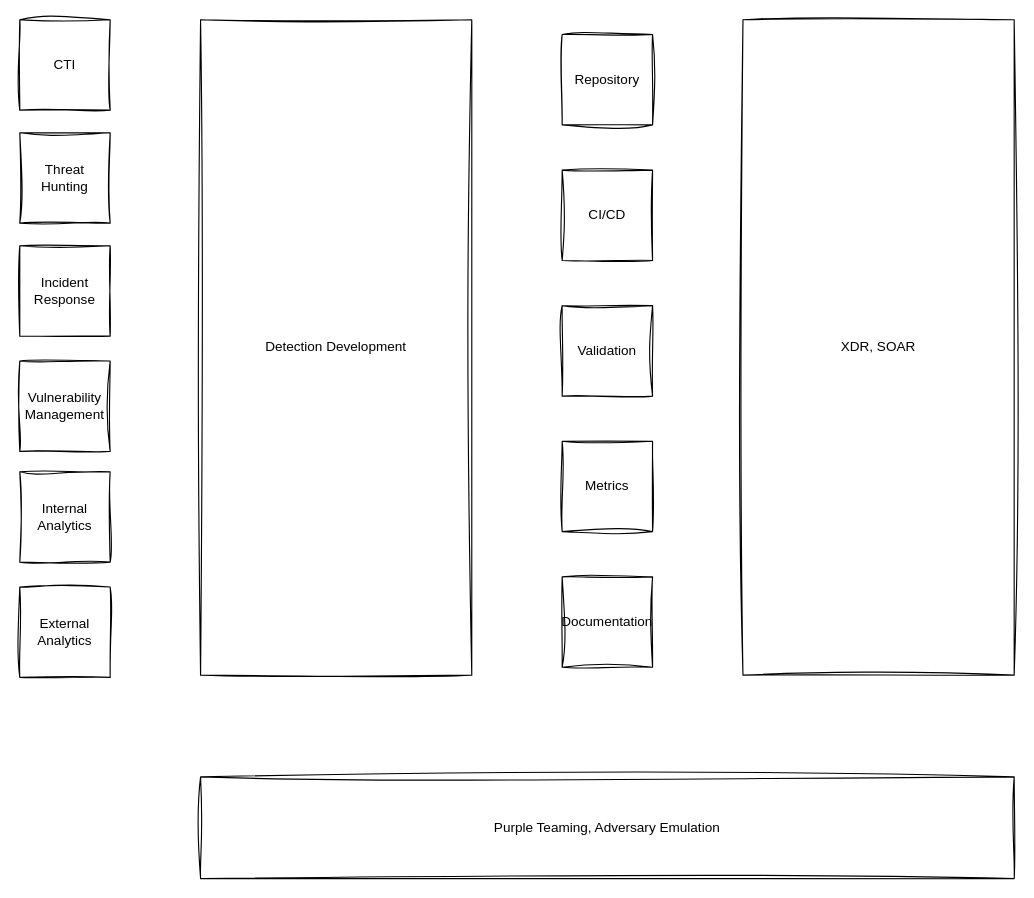
This is resources/Detection Engineering/material/detection_enginering_big_picture.drawio from gitrsi/cyberops.zone, a draw.io file, before an edit. Source tidied: cells renumbered, new cells numbered last; positions are measured from the earlier drawing's top-left corner, leaving out a move shared by most shapes. Both pictures are drawn from the tidied source at 113%, with x=0, y=0 at pixel (19, 19).
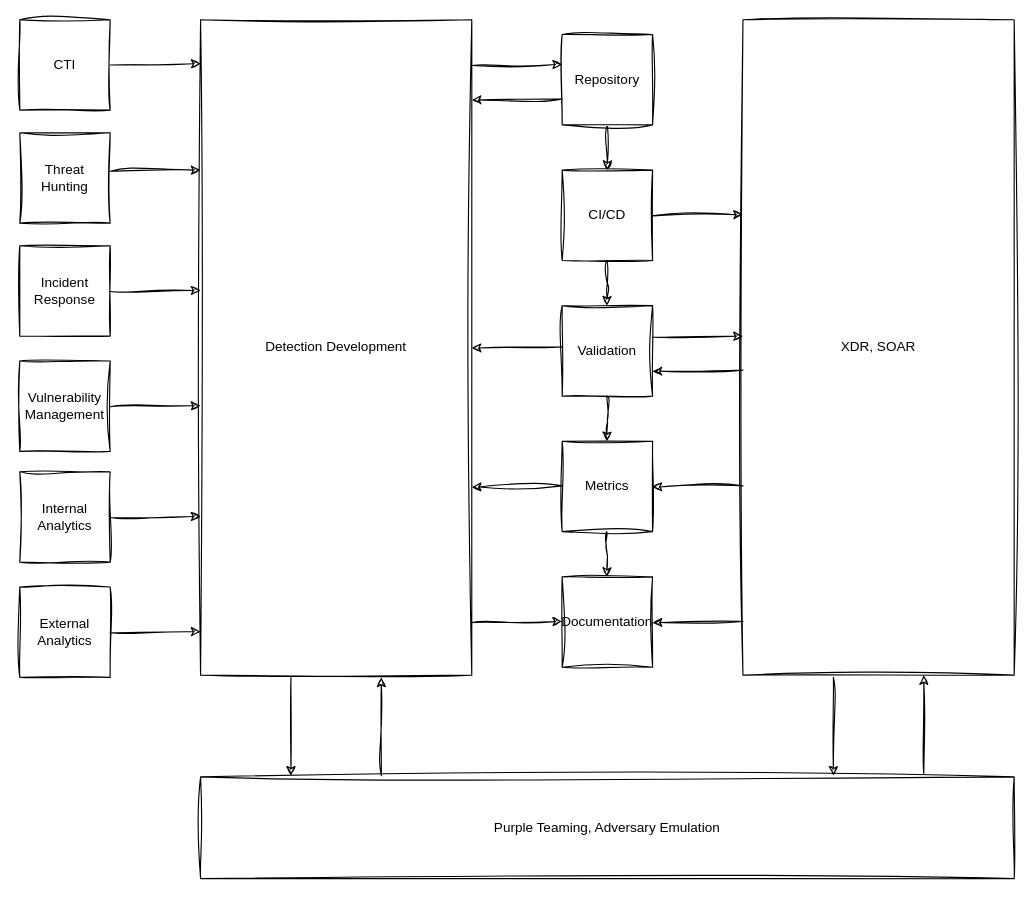
Above is the later version.

The change refers to these unchanged cells:
```xml
<mxCell id="8" value="Detection Development" style="rounded=0;whiteSpace=wrap;html=1;sketch=1;curveFitting=1;jiggle=2;" parent="1" vertex="1">
  <mxGeometry x="160" width="240" height="580" as="geometry" />
</mxCell>
<mxCell id="9" value="Repository" style="whiteSpace=wrap;html=1;sketch=1;curveFitting=1;jiggle=2;" parent="1" vertex="1">
  <mxGeometry x="480" y="13" width="80" height="80" as="geometry" />
</mxCell>
<mxCell id="10" value="CI/CD" style="whiteSpace=wrap;html=1;sketch=1;curveFitting=1;jiggle=2;" parent="1" vertex="1">
  <mxGeometry x="480" y="133" width="80" height="80" as="geometry" />
</mxCell>
```

The edit, as a diff of the source:
```diff
@@
+    <mxCell id="16" style="edgeStyle=orthogonalEdgeStyle;rounded=0;jettySize=auto;html=1;exitX=0.5;exitY=1;exitDx=0;exitDy=0;entryX=0.5;entryY=0;entryDx=0;entryDy=0;sketch=1;curveFitting=1;jiggle=2;" parent="1" edge="1" source="9" target="10">
+      <mxGeometry relative="1" as="geometry" />
+    </mxCell>
@@
+    <mxCell id="17" style="endArrow=classic;html=1;rounded=0;entryX=0;entryY=0.067;entryDx=0;entryDy=0;entryPerimeter=0;sketch=1;curveFitting=1;jiggle=2;" parent="1" edge="1" target="8">
+      <mxGeometry relative="1" as="geometry">
+        <mxPoint x="80" y="40" as="sourcePoint" />
+      </mxGeometry>
+    </mxCell>
+    <mxCell id="18" style="endArrow=classic;html=1;rounded=0;entryX=0;entryY=0.067;entryDx=0;entryDy=0;entryPerimeter=0;sketch=1;curveFitting=1;jiggle=2;" parent="1" edge="1">
+      <mxGeometry relative="1" as="geometry">
+        <mxPoint x="80" y="134" as="sourcePoint" />
+        <mxPoint x="160" y="133" as="targetPoint" />
+      </mxGeometry>
+    </mxCell>
+    <mxCell id="19" style="endArrow=classic;html=1;rounded=0;entryX=0;entryY=0.067;entryDx=0;entryDy=0;entryPerimeter=0;sketch=1;curveFitting=1;jiggle=2;" parent="1" edge="1">
+      <mxGeometry relative="1" as="geometry">
+        <mxPoint x="80" y="240.5" as="sourcePoint" />
+        <mxPoint x="160" y="239.5" as="targetPoint" />
+      </mxGeometry>
+    </mxCell>
+    <mxCell id="20" style="endArrow=classic;html=1;rounded=0;entryX=0;entryY=0.067;entryDx=0;entryDy=0;entryPerimeter=0;sketch=1;curveFitting=1;jiggle=2;" parent="1" edge="1">
+      <mxGeometry relative="1" as="geometry">
+        <mxPoint x="80" y="342.5" as="sourcePoint" />
+        <mxPoint x="160" y="341.5" as="targetPoint" />
+      </mxGeometry>
+    </mxCell>
+    <mxCell id="21" style="endArrow=classic;html=1;rounded=0;entryX=0;entryY=0.067;entryDx=0;entryDy=0;entryPerimeter=0;sketch=1;curveFitting=1;jiggle=2;" parent="1" edge="1">
+      <mxGeometry relative="1" as="geometry">
+        <mxPoint x="80" y="440.5" as="sourcePoint" />
+        <mxPoint x="160" y="439.5" as="targetPoint" />
+      </mxGeometry>
+    </mxCell>
+    <mxCell id="22" style="endArrow=classic;html=1;rounded=0;entryX=0;entryY=0.067;entryDx=0;entryDy=0;entryPerimeter=0;sketch=1;curveFitting=1;jiggle=2;" parent="1" edge="1">
+      <mxGeometry relative="1" as="geometry">
+        <mxPoint x="80" y="542.5" as="sourcePoint" />
+        <mxPoint x="160" y="541.5" as="targetPoint" />
+      </mxGeometry>
+    </mxCell>
+    <mxCell id="23" style="endArrow=classic;html=1;rounded=0;entryX=0;entryY=0.067;entryDx=0;entryDy=0;entryPerimeter=0;sketch=1;curveFitting=1;jiggle=2;" parent="1" edge="1">
+      <mxGeometry relative="1" as="geometry">
+        <mxPoint x="560" y="173.5" as="sourcePoint" />
+        <mxPoint x="640" y="172.5" as="targetPoint" />
+      </mxGeometry>
+    </mxCell>
+    <mxCell id="24" style="endArrow=classic;html=1;rounded=0;entryX=0;entryY=0.067;entryDx=0;entryDy=0;entryPerimeter=0;sketch=1;curveFitting=1;jiggle=2;" parent="1" edge="1">
+      <mxGeometry relative="1" as="geometry">
+        <mxPoint x="400" y="40.5" as="sourcePoint" />
+        <mxPoint x="480" y="39.5" as="targetPoint" />
+      </mxGeometry>
+    </mxCell>
+    <mxCell id="25" style="endArrow=classic;html=1;rounded=0;entryX=0;entryY=0.067;entryDx=0;entryDy=0;entryPerimeter=0;sketch=1;curveFitting=1;jiggle=2;" parent="1" edge="1">
+      <mxGeometry relative="1" as="geometry">
+        <mxPoint x="480" y="70" as="sourcePoint" />
+        <mxPoint x="400" y="71" as="targetPoint" />
+      </mxGeometry>
+    </mxCell>
+    <mxCell id="26" style="endArrow=classic;html=1;rounded=0;entryX=0;entryY=0.067;entryDx=0;entryDy=0;entryPerimeter=0;sketch=1;curveFitting=1;jiggle=2;" parent="1" edge="1">
+      <mxGeometry relative="1" as="geometry">
+        <mxPoint x="480" y="289.5" as="sourcePoint" />
+        <mxPoint x="400" y="290.5" as="targetPoint" />
+      </mxGeometry>
+    </mxCell>
+    <mxCell id="27" style="endArrow=classic;html=1;rounded=0;entryX=0;entryY=0.067;entryDx=0;entryDy=0;entryPerimeter=0;sketch=1;curveFitting=1;jiggle=2;" parent="1" edge="1">
+      <mxGeometry relative="1" as="geometry">
+        <mxPoint x="480" y="412.5" as="sourcePoint" />
+        <mxPoint x="400" y="413.5" as="targetPoint" />
+      </mxGeometry>
+    </mxCell>
+    <mxCell id="28" style="endArrow=classic;html=1;rounded=0;entryX=0;entryY=0.067;entryDx=0;entryDy=0;entryPerimeter=0;sketch=1;curveFitting=1;jiggle=2;" parent="1" edge="1">
+      <mxGeometry relative="1" as="geometry">
+        <mxPoint x="400" y="533.5" as="sourcePoint" />
+        <mxPoint x="480" y="532.5" as="targetPoint" />
+      </mxGeometry>
+    </mxCell>
+    <mxCell id="29" style="endArrow=classic;html=1;rounded=0;entryX=0;entryY=0.067;entryDx=0;entryDy=0;entryPerimeter=0;sketch=1;curveFitting=1;jiggle=2;" parent="1" edge="1">
+      <mxGeometry relative="1" as="geometry">
+        <mxPoint x="640" y="532.5" as="sourcePoint" />
+        <mxPoint x="560" y="533.5" as="targetPoint" />
+      </mxGeometry>
+    </mxCell>
+    <mxCell id="30" style="endArrow=classic;html=1;rounded=0;entryX=0;entryY=0.067;entryDx=0;entryDy=0;entryPerimeter=0;sketch=1;curveFitting=1;jiggle=2;" parent="1" edge="1">
+      <mxGeometry relative="1" as="geometry">
+        <mxPoint x="640" y="412.5" as="sourcePoint" />
+        <mxPoint x="560" y="413.5" as="targetPoint" />
+      </mxGeometry>
+    </mxCell>
+    <mxCell id="31" style="endArrow=classic;html=1;rounded=0;entryX=0;entryY=0.067;entryDx=0;entryDy=0;entryPerimeter=0;sketch=1;curveFitting=1;jiggle=2;" parent="1" edge="1">
+      <mxGeometry relative="1" as="geometry">
+        <mxPoint x="640" y="310" as="sourcePoint" />
+        <mxPoint x="560" y="311" as="targetPoint" />
+      </mxGeometry>
+    </mxCell>
+    <mxCell id="32" style="endArrow=classic;html=1;rounded=0;entryX=0;entryY=0.067;entryDx=0;entryDy=0;entryPerimeter=0;sketch=1;curveFitting=1;jiggle=2;" parent="1" edge="1">
+      <mxGeometry relative="1" as="geometry">
+        <mxPoint x="560" y="281" as="sourcePoint" />
+        <mxPoint x="640" y="280" as="targetPoint" />
+      </mxGeometry>
+    </mxCell>
+    <mxCell id="33" style="edgeStyle=orthogonalEdgeStyle;rounded=0;orthogonalLoop=1;jettySize=auto;html=1;exitX=0.5;exitY=1;exitDx=0;exitDy=0;entryX=0.5;entryY=0;entryDx=0;entryDy=0;sketch=1;curveFitting=1;jiggle=2;" parent="1" edge="1">
+      <mxGeometry relative="1" as="geometry">
+        <mxPoint x="519.5" y="213" as="sourcePoint" />
+        <mxPoint x="519.5" y="253" as="targetPoint" />
+      </mxGeometry>
+    </mxCell>
+    <mxCell id="34" style="edgeStyle=orthogonalEdgeStyle;rounded=0;orthogonalLoop=1;jettySize=auto;html=1;exitX=0.5;exitY=1;exitDx=0;exitDy=0;entryX=0.5;entryY=0;entryDx=0;entryDy=0;sketch=1;curveFitting=1;jiggle=2;" parent="1" edge="1">
+      <mxGeometry relative="1" as="geometry">
+        <mxPoint x="519.5" y="333" as="sourcePoint" />
+        <mxPoint x="519.5" y="373" as="targetPoint" />
+      </mxGeometry>
+    </mxCell>
+    <mxCell id="35" style="edgeStyle=orthogonalEdgeStyle;rounded=0;orthogonalLoop=1;jettySize=auto;html=1;exitX=0.5;exitY=1;exitDx=0;exitDy=0;entryX=0.5;entryY=0;entryDx=0;entryDy=0;sketch=1;curveFitting=1;jiggle=2;" parent="1" edge="1">
+      <mxGeometry relative="1" as="geometry">
+        <mxPoint x="519.5" y="453" as="sourcePoint" />
+        <mxPoint x="519.5" y="493" as="targetPoint" />
+      </mxGeometry>
+    </mxCell>
+    <mxCell id="36" style="endArrow=classic;html=1;rounded=0;sketch=1;curveFitting=1;jiggle=2;" parent="1" edge="1">
+      <mxGeometry relative="1" as="geometry">
+        <mxPoint x="240" y="582" as="sourcePoint" />
+        <mxPoint x="240" y="669" as="targetPoint" />
+      </mxGeometry>
+    </mxCell>
+    <mxCell id="37" style="endArrow=classic;html=1;rounded=0;sketch=1;curveFitting=1;jiggle=2;" parent="1" edge="1">
+      <mxGeometry relative="1" as="geometry">
+        <mxPoint x="320" y="669" as="sourcePoint" />
+        <mxPoint x="320" y="582" as="targetPoint" />
+      </mxGeometry>
+    </mxCell>
+    <mxCell id="38" style="endArrow=classic;html=1;rounded=0;sketch=1;curveFitting=1;jiggle=2;" parent="1" edge="1">
+      <mxGeometry relative="1" as="geometry">
+        <mxPoint x="720" y="582" as="sourcePoint" />
+        <mxPoint x="720" y="669" as="targetPoint" />
+      </mxGeometry>
+    </mxCell>
+    <mxCell id="39" style="endArrow=classic;html=1;rounded=0;sketch=1;curveFitting=1;jiggle=2;" parent="1" edge="1">
+      <mxGeometry relative="1" as="geometry">
+        <mxPoint x="800" y="667" as="sourcePoint" />
+        <mxPoint x="800" y="580" as="targetPoint" />
+      </mxGeometry>
+    </mxCell>
```
